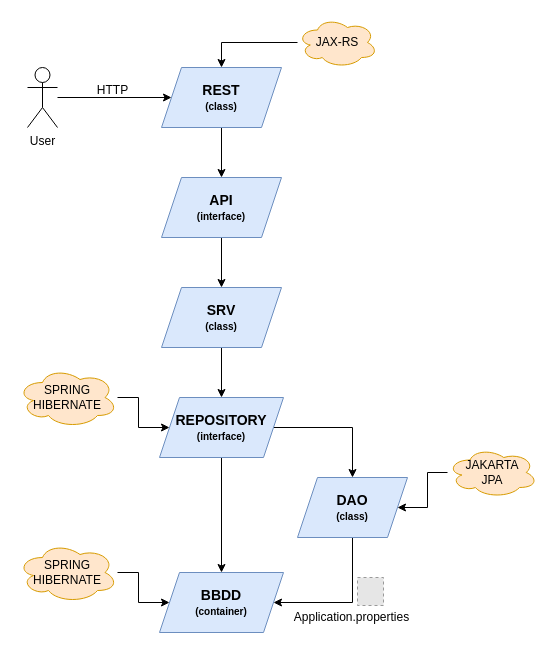
Above: guide/ProgramFlaw.drawio in AngelG25/taskManagement (draw.io), before the change. Source tidied: cells renumbered, new cells numbered last; positions are measured from the earlier drawing's top-left corner, leaving out a move shared by most shapes. Both pictures are drawn from the tidied source at 100%, with x=0, y=0 at pixel (17, 17). Pictures stored in the file or linked from it are replaced by grey dashed boxes.
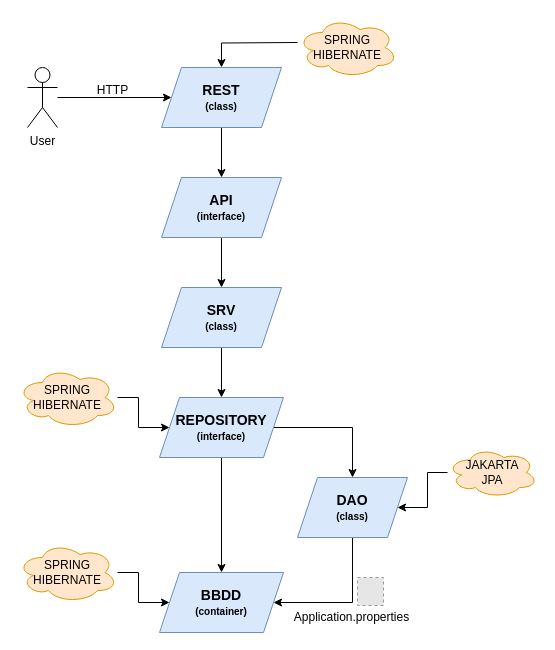
After the change.

Commit message (it also covers changes not shown here):
Change documentation, JAX-RS is no longer used and Spring/Hibernate is used

Unchanged cells that the change refers to:
```xml
<mxCell id="3" value="&lt;b&gt;&lt;font style=&quot;font-size: 14px;&quot;&gt;REST&lt;/font&gt;&lt;/b&gt;&lt;div&gt;&lt;b&gt;&lt;font size=&quot;1&quot; style=&quot;&quot;&gt;(class)&lt;/font&gt;&lt;/b&gt;&lt;/div&gt;" style="shape=parallelogram;perimeter=parallelogramPerimeter;whiteSpace=wrap;html=1;fixedSize=1;fillColor=#dae8fc;strokeColor=#6c8ebf;" parent="1" vertex="1">
  <mxGeometry x="144" y="50" width="120" height="60" as="geometry" />
</mxCell>
```

The edit, as a diff of the source:
```diff
@@
-    <mxCell id="7" style="edgeStyle=orthogonalEdgeStyle;rounded=0;jettySize=auto;html=1;entryX=0.5;entryY=0;entryDx=0;entryDy=0;" parent="1" edge="1" source="8" target="3">
-      <mxGeometry relative="1" as="geometry" />
+    <mxCell id="7" style="edgeStyle=orthogonalEdgeStyle;rounded=0;jettySize=auto;html=1;entryX=0.5;entryY=0;entryDx=0;entryDy=0;" parent="1" edge="1" target="3">
+      <mxGeometry relative="1" as="geometry">
+        <mxPoint x="280" y="25" as="sourcePoint" />
+      </mxGeometry>
     </mxCell>
-    <mxCell id="8" value="JAX-RS" style="ellipse;shape=cloud;whiteSpace=wrap;html=1;fillColor=#ffe6cc;strokeColor=#d79b00;" parent="1" vertex="1">
-      <mxGeometry x="280" width="80" height="50" as="geometry" />
-    </mxCell>
@@
+    <mxCell id="27" value="SPRING&lt;div&gt;HIBERNATE&lt;/div&gt;" style="ellipse;shape=cloud;whiteSpace=wrap;html=1;fillColor=#ffe6cc;strokeColor=#d79b00;" parent="1" vertex="1">
+      <mxGeometry x="280" width="100" height="60" as="geometry" />
+    </mxCell>
```
